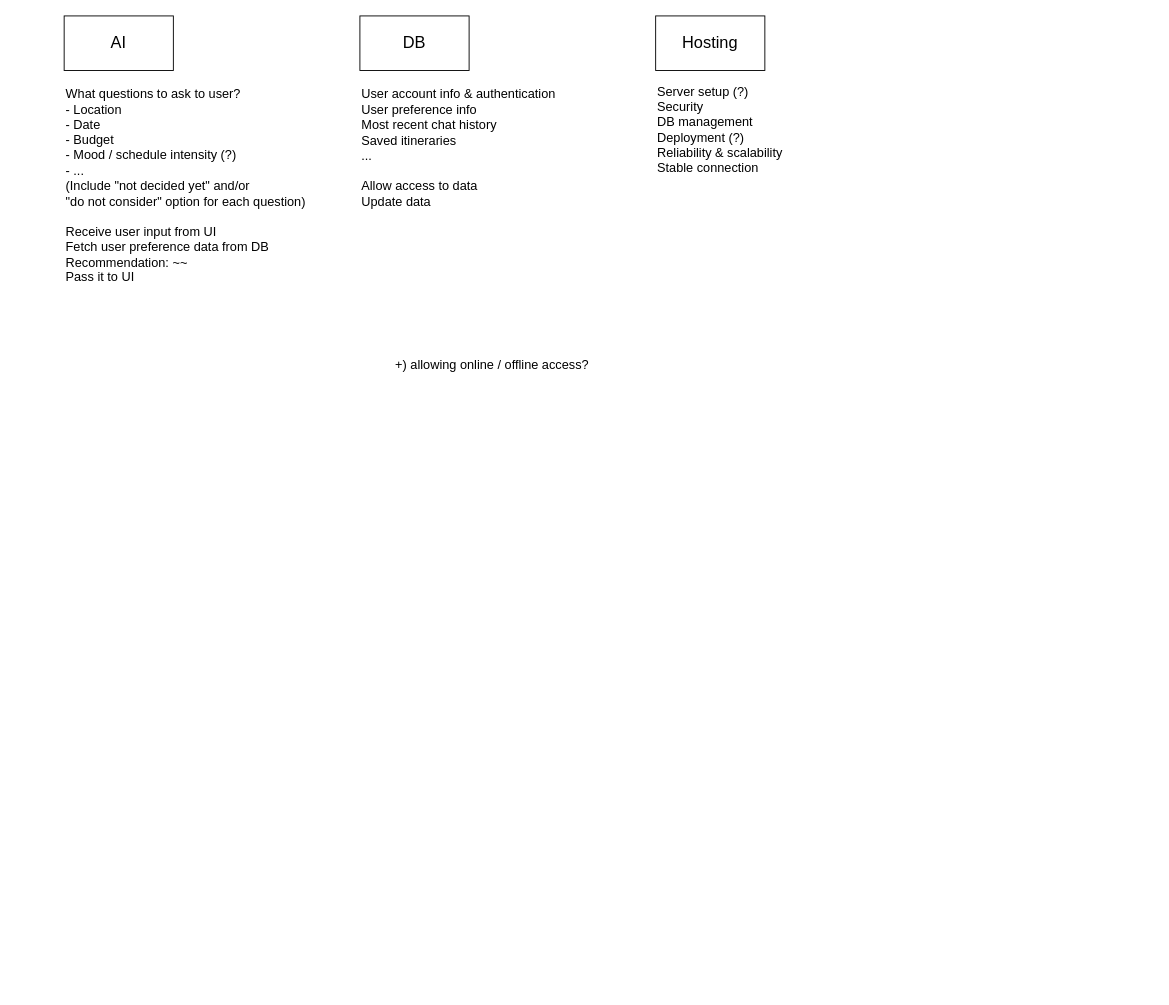
smehars/AItinerary keeps this draw.io diagram as Untitled Diagram.drawio. Above is the earlier version. Source tidied: cells renumbered, new cells numbered last; positions are measured from the earlier drawing's top-left corner, leaving out a move shared by most shapes. Both pictures are drawn from the tidied source at 91%, with x=0, y=0 at pixel (64, 15).
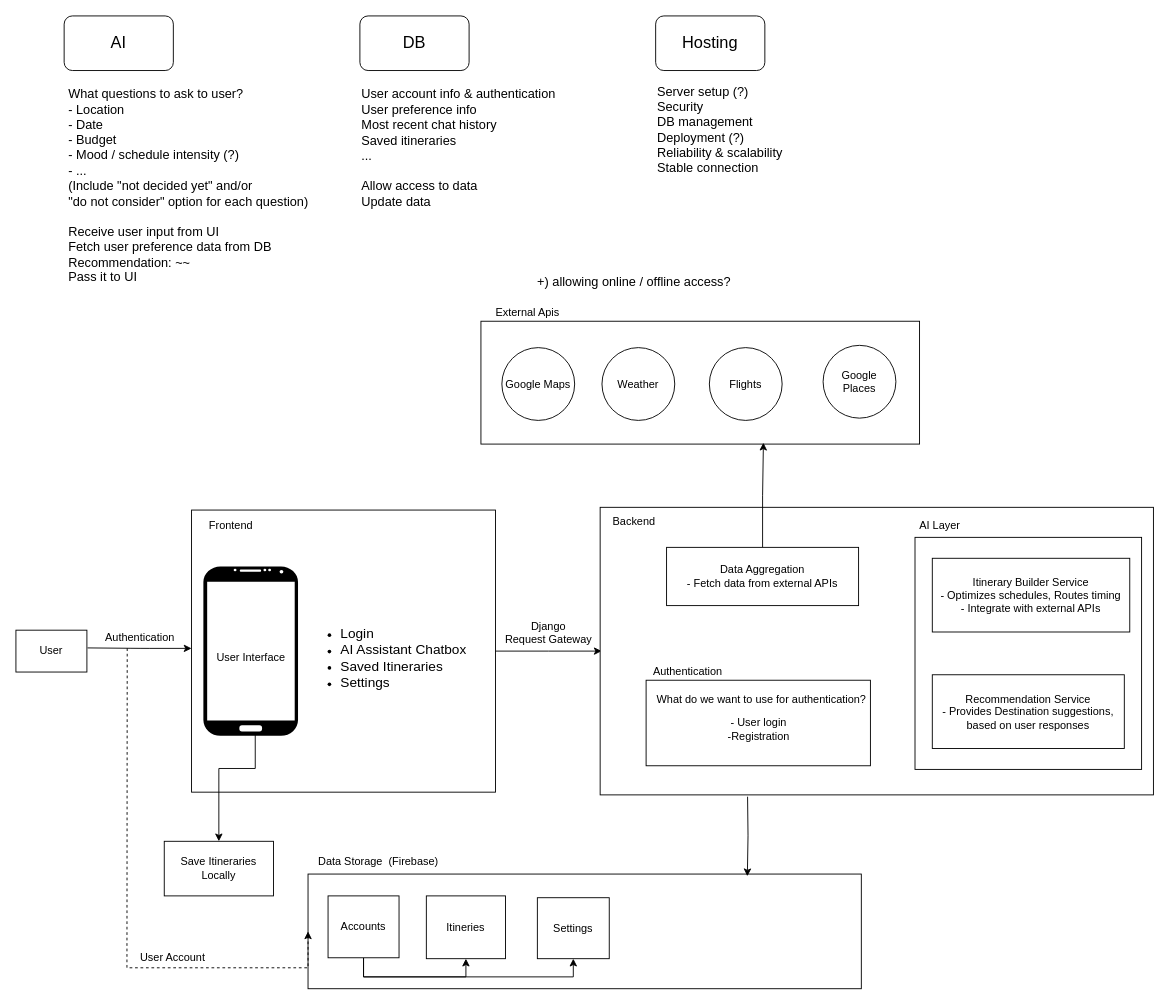
Above is the later version.

Change to the diagram source:
```diff
@@
+    <mxCell id="9" style="whiteSpace=wrap;html=1;" parent="1" vertex="1">
+      <mxGeometry x="268" y="943" width="608" height="126" as="geometry" />
+    </mxCell>
+    <mxCell id="10" style="rounded=0;whiteSpace=wrap;html=1;" parent="1" vertex="1">
+      <mxGeometry x="140" y="543" width="334" height="310" as="geometry" />
+    </mxCell>
+    <mxCell id="11" style="edgeStyle=orthogonalEdgeStyle;rounded=0;jettySize=auto;html=1;exitX=0.548;exitY=0.958;exitDx=0;exitDy=0;exitPerimeter=0;" parent="1" edge="1" source="16" target="36">
+      <mxGeometry relative="1" as="geometry">
+        <Array as="points">
+          <mxPoint x="210" y="827" />
+          <mxPoint x="170" y="827" />
+        </Array>
+      </mxGeometry>
+    </mxCell>
+    <mxCell id="12" style="rounded=0;whiteSpace=wrap;html=1;" parent="1" vertex="1">
+      <mxGeometry x="458" y="335.5" width="482" height="135" as="geometry" />
+    </mxCell>
+    <mxCell id="13" style="edgeStyle=orthogonalEdgeStyle;rounded=0;jettySize=auto;html=1;" parent="1" edge="1" source="10">
+      <mxGeometry relative="1" as="geometry">
+        <mxPoint x="590.7" y="698" as="targetPoint" />
+      </mxGeometry>
+    </mxCell>
-    <mxCell id="2" value="&lt;font style=&quot;font-size: 18px;&quot;&gt;AI&lt;/font&gt;" style="rounded=0;whiteSpace=wrap;html=1;" parent="1" vertex="1">
+    <mxCell id="2" value="&lt;font style=&quot;font-size: 18px;&quot;&gt;AI&lt;/font&gt;" style="rounded=1;whiteSpace=wrap;html=1;" parent="1" vertex="1">
       <mxGeometry width="120" height="60" as="geometry" />
     </mxCell>
-    <mxCell id="3" value="&lt;font style=&quot;font-size: 18px;&quot;&gt;DB&lt;/font&gt;" style="rounded=0;whiteSpace=wrap;html=1;" parent="1" vertex="1">
+    <mxCell id="3" value="&lt;font style=&quot;font-size: 18px;&quot;&gt;DB&lt;/font&gt;" style="rounded=1;whiteSpace=wrap;html=1;" parent="1" vertex="1">
       <mxGeometry x="325" width="120" height="60" as="geometry" />
     </mxCell>
-    <mxCell id="4" value="&lt;font style=&quot;font-size: 18px;&quot;&gt;Hosting&lt;/font&gt;" style="rounded=0;whiteSpace=wrap;html=1;" parent="1" vertex="1">
+    <mxCell id="4" value="&lt;font style=&quot;font-size: 18px;&quot;&gt;Hosting&lt;/font&gt;" style="rounded=1;whiteSpace=wrap;html=1;" parent="1" vertex="1">
       <mxGeometry x="650" width="120" height="60" as="geometry" />
     </mxCell>
-    <mxCell id="5" value="&lt;font style=&quot;font-size: 14px;&quot;&gt;What questions to ask to user?&lt;br&gt;- Location&lt;br&gt;- Date&lt;/font&gt;&lt;div&gt;&lt;font style=&quot;font-size: 14px;&quot;&gt;- Budget&lt;/font&gt;&lt;/div&gt;&lt;div&gt;&lt;font style=&quot;font-size: 14px;&quot;&gt;- Mood / schedule intensity (?)&lt;/font&gt;&lt;/div&gt;&lt;div&gt;&lt;font style=&quot;font-size: 14px;&quot;&gt;- ...&lt;/font&gt;&lt;/div&gt;&lt;div&gt;&lt;font style=&quot;font-size: 14px;&quot;&gt;(Include &quot;not decided yet&quot; and/or&lt;/font&gt;&lt;/div&gt;&lt;div&gt;&lt;font style=&quot;font-size: 14px;&quot;&gt;&quot;do not consider&quot; option for each question)&lt;/font&gt;&lt;/div&gt;&lt;div&gt;&lt;font style=&quot;font-size: 14px;&quot;&gt;&lt;br&gt;&lt;/font&gt;&lt;/div&gt;&lt;div&gt;&lt;span style=&quot;font-size: 14px;&quot;&gt;Receive user input from UI&lt;/span&gt;&lt;/div&gt;&lt;div&gt;&lt;span style=&quot;font-size: 14px;&quot;&gt;Fetch user preference data from DB&lt;/span&gt;&lt;/div&gt;&lt;div&gt;&lt;span style=&quot;font-size: 14px;&quot;&gt;Recommendation: ~~&lt;br&gt;Pass it to UI&lt;/span&gt;&lt;/div&gt;&lt;div&gt;&lt;span style=&quot;font-size: 14px;&quot;&gt;&lt;br&gt;&lt;/span&gt;&lt;/div&gt;" style="text;html=1;align=left;verticalAlign=middle;strokeColor=none;fillColor=none;" parent="1" vertex="1">
-      <mxGeometry y="70" width="290" height="250" as="geometry" />
+    <mxCell id="5" value="&lt;font style=&quot;font-size: 14px;&quot;&gt;What questions to ask to user?&lt;br&gt;- Location&lt;br&gt;- Date&lt;/font&gt;&lt;div&gt;&lt;font style=&quot;font-size: 14px;&quot;&gt;- Budget&lt;/font&gt;&lt;/div&gt;&lt;div&gt;&lt;font style=&quot;font-size: 14px;&quot;&gt;- Mood / schedule intensity (?)&lt;/font&gt;&lt;/div&gt;&lt;div&gt;&lt;font style=&quot;font-size: 14px;&quot;&gt;- ...&lt;/font&gt;&lt;/div&gt;&lt;div&gt;&lt;font style=&quot;font-size: 14px;&quot;&gt;(Include &quot;not decided yet&quot; and/or&lt;/font&gt;&lt;/div&gt;&lt;div&gt;&lt;font style=&quot;font-size: 14px;&quot;&gt;&quot;do not consider&quot; option for each question)&lt;/font&gt;&lt;/div&gt;&lt;div&gt;&lt;font style=&quot;font-size: 14px;&quot;&gt;&lt;br&gt;&lt;/font&gt;&lt;/div&gt;&lt;div&gt;&lt;span style=&quot;font-size: 14px;&quot;&gt;Receive user input from UI&lt;/span&gt;&lt;/div&gt;&lt;div&gt;&lt;span style=&quot;font-size: 14px;&quot;&gt;Fetch user preference data from DB&lt;/span&gt;&lt;/div&gt;&lt;div&gt;&lt;span style=&quot;font-size: 14px;&quot;&gt;Recommendation: ~~&lt;br&gt;Pass it to UI&lt;/span&gt;&lt;/div&gt;&lt;div&gt;&lt;span style=&quot;font-size: 14px;&quot;&gt;&lt;br&gt;&lt;/span&gt;&lt;/div&gt;" style="text;html=1;align=left;verticalAlign=middle;strokeColor=none;fillColor=none;rounded=1;" parent="1" vertex="1">
+      <mxGeometry x="2.5" y="70" width="290" height="250" as="geometry" />
     </mxCell>
-    <mxCell id="6" value="&lt;span style=&quot;font-size: 14px;&quot;&gt;User account info &amp;amp; authentication&lt;/span&gt;&lt;div&gt;&lt;span style=&quot;font-size: 14px;&quot;&gt;User preference info&lt;/span&gt;&lt;/div&gt;&lt;div&gt;&lt;span style=&quot;font-size: 14px;&quot;&gt;Most recent chat history&lt;/span&gt;&lt;/div&gt;&lt;div&gt;&lt;span style=&quot;font-size: 14px;&quot;&gt;Saved itineraries&lt;/span&gt;&lt;/div&gt;&lt;div&gt;&lt;span style=&quot;font-size: 14px;&quot;&gt;...&lt;/span&gt;&lt;/div&gt;&lt;div&gt;&lt;span style=&quot;font-size: 14px;&quot;&gt;&lt;br&gt;&lt;/span&gt;&lt;/div&gt;&lt;div&gt;&lt;span style=&quot;font-size: 14px;&quot;&gt;Allow access to data&lt;/span&gt;&lt;/div&gt;&lt;div&gt;&lt;span style=&quot;font-size: 14px;&quot;&gt;Update data&lt;/span&gt;&lt;/div&gt;" style="text;html=1;align=left;verticalAlign=middle;whiteSpace=wrap;rounded=0;" parent="1" vertex="1">
+    <mxCell id="6" value="&lt;span style=&quot;font-size: 14px;&quot;&gt;User account info &amp;amp; authentication&lt;/span&gt;&lt;div&gt;&lt;span style=&quot;font-size: 14px;&quot;&gt;User preference info&lt;/span&gt;&lt;/div&gt;&lt;div&gt;&lt;span style=&quot;font-size: 14px;&quot;&gt;Most recent chat history&lt;/span&gt;&lt;/div&gt;&lt;div&gt;&lt;span style=&quot;font-size: 14px;&quot;&gt;Saved itineraries&lt;/span&gt;&lt;/div&gt;&lt;div&gt;&lt;span style=&quot;font-size: 14px;&quot;&gt;...&lt;/span&gt;&lt;/div&gt;&lt;div&gt;&lt;span style=&quot;font-size: 14px;&quot;&gt;&lt;br&gt;&lt;/span&gt;&lt;/div&gt;&lt;div&gt;&lt;span style=&quot;font-size: 14px;&quot;&gt;Allow access to data&lt;/span&gt;&lt;/div&gt;&lt;div&gt;&lt;span style=&quot;font-size: 14px;&quot;&gt;Update data&lt;/span&gt;&lt;/div&gt;" style="text;html=1;align=left;verticalAlign=middle;whiteSpace=wrap;rounded=1;" parent="1" vertex="1">
       <mxGeometry x="325" y="80" width="225" height="130" as="geometry" />
     </mxCell>
-    <mxCell id="7" value="&lt;font style=&quot;font-size: 14px;&quot;&gt;Server setup (?)&lt;/font&gt;&lt;div&gt;&lt;font style=&quot;font-size: 14px;&quot;&gt;Security&lt;/font&gt;&lt;/div&gt;&lt;div&gt;&lt;font style=&quot;font-size: 14px;&quot;&gt;DB management&lt;/font&gt;&lt;/div&gt;&lt;div&gt;&lt;font style=&quot;font-size: 14px;&quot;&gt;Deployment (?)&lt;/font&gt;&lt;/div&gt;&lt;div&gt;&lt;font style=&quot;font-size: 14px;&quot;&gt;Reliability &amp;amp; scalability&lt;/font&gt;&lt;/div&gt;&lt;div&gt;&lt;span style=&quot;font-size: 14px;&quot;&gt;Stable connection&lt;/span&gt;&lt;/div&gt;" style="text;html=1;align=left;verticalAlign=middle;strokeColor=none;fillColor=none;" parent="1" vertex="1">
+    <mxCell id="7" value="&lt;font style=&quot;font-size: 14px;&quot;&gt;Server setup (?)&lt;/font&gt;&lt;div&gt;&lt;font style=&quot;font-size: 14px;&quot;&gt;Security&lt;/font&gt;&lt;/div&gt;&lt;div&gt;&lt;font style=&quot;font-size: 14px;&quot;&gt;DB management&lt;/font&gt;&lt;/div&gt;&lt;div&gt;&lt;font style=&quot;font-size: 14px;&quot;&gt;Deployment (?)&lt;/font&gt;&lt;/div&gt;&lt;div&gt;&lt;font style=&quot;font-size: 14px;&quot;&gt;Reliability &amp;amp; scalability&lt;/font&gt;&lt;/div&gt;&lt;div&gt;&lt;span style=&quot;font-size: 14px;&quot;&gt;Stable connection&lt;/span&gt;&lt;/div&gt;" style="text;html=1;align=left;verticalAlign=middle;strokeColor=none;fillColor=none;rounded=1;" parent="1" vertex="1">
       <mxGeometry x="650" y="70" width="160" height="110" as="geometry" />
     </mxCell>
-    <mxCell id="8" value="&lt;font style=&quot;font-size: 14px;&quot;&gt;+) allowing online / offline access?&lt;/font&gt;" style="text;html=1;align=center;verticalAlign=middle;strokeColor=none;fillColor=none;" parent="1" vertex="1">
-      <mxGeometry x="350" y="368" width="240" height="30" as="geometry" />
+    <mxCell id="8" value="&lt;font style=&quot;font-size: 14px;&quot;&gt;+) allowing online / offline access?&lt;/font&gt;" style="text;html=1;align=center;verticalAlign=middle;strokeColor=none;fillColor=none;rounded=1;" parent="1" vertex="1">
+      <mxGeometry x="506" y="277" width="240" height="30" as="geometry" />
     </mxCell>
+    <mxCell id="14" style="edgeStyle=orthogonalEdgeStyle;rounded=1;orthogonalLoop=1;jettySize=auto;html=1;exitX=1.015;exitY=0.365;exitDx=0;exitDy=0;exitPerimeter=0;" parent="1" edge="1">
+      <mxGeometry relative="1" as="geometry">
+        <mxPoint x="25.7" y="694.5" as="sourcePoint" />
+        <mxPoint x="140" y="695" as="targetPoint" />
+      </mxGeometry>
+    </mxCell>
+    <mxCell id="15" value="Frontend" style="text;html=1;align=center;verticalAlign=middle;strokeColor=none;fillColor=none;" parent="1" vertex="1">
+      <mxGeometry x="149" y="547" width="67" height="26" as="geometry" />
+    </mxCell>
+    <mxCell id="16" style="verticalLabelPosition=bottom;verticalAlign=top;html=1;shadow=0;dashed=0;strokeWidth=1;shape=mxgraph.android.phone2;strokeColor=none;fillStyle=auto;fillColor=light-dark(default, #ffffff);gradientColor=light-dark(#000000,#FFFFFF);gradientDirection=radial;" parent="1" vertex="1">
+      <mxGeometry x="153" y="605" width="104" height="186" as="geometry" />
+    </mxCell>
+    <mxCell id="17" style="whiteSpace=wrap;html=1;" parent="1" vertex="1">
+      <mxGeometry x="589" y="540" width="608" height="316" as="geometry" />
+    </mxCell>
+    <mxCell id="18" value="Backend" style="text;html=1;align=center;verticalAlign=middle;strokeColor=none;fillColor=none;" parent="1" vertex="1">
+      <mxGeometry x="593" y="543" width="66" height="26" as="geometry" />
+    </mxCell>
+    <mxCell id="19" value="&lt;div&gt;Data Storage&amp;nbsp; (Firebase)&lt;/div&gt;" style="text;html=1;align=center;verticalAlign=middle;strokeColor=none;fillColor=none;" parent="1" vertex="1">
+      <mxGeometry x="268" y="917" width="153" height="26" as="geometry" />
+    </mxCell>
+    <mxCell id="20" value="User" style="whiteSpace=wrap;html=1;" parent="1" vertex="1">
+      <mxGeometry x="-53" y="675" width="78" height="46" as="geometry" />
+    </mxCell>
+    <mxCell id="21" style="edgeStyle=orthogonalEdgeStyle;rounded=0;jettySize=auto;html=1;entryX=0;entryY=0.5;entryDx=0;entryDy=0;dashed=1;exitX=0.361;exitY=0.958;exitDx=0;exitDy=0;exitPerimeter=0;" parent="1" edge="1" source="22" target="9">
+      <mxGeometry relative="1" as="geometry">
+        <Array as="points">
+          <mxPoint x="69" y="698" />
+          <mxPoint x="69" y="1046" />
+          <mxPoint x="268" y="1046" />
+        </Array>
+      </mxGeometry>
+    </mxCell>
+    <mxCell id="22" value="Authentication" style="text;html=1;align=center;verticalAlign=middle;points=[];strokeColor=none;fillColor=none;" parent="1" vertex="1">
+      <mxGeometry x="35" y="670" width="95" height="26" as="geometry" />
+    </mxCell>
+    <mxCell id="23" value="User Account" style="text;html=1;align=center;verticalAlign=middle;strokeColor=none;fillColor=none;" parent="1" vertex="1">
+      <mxGeometry x="73" y="1022" width="91" height="26" as="geometry" />
+    </mxCell>
+    <mxCell id="24" value="User Interface" style="text;html=1;align=center;verticalAlign=middle;strokeColor=none;fillColor=none;" parent="1" vertex="1">
+      <mxGeometry x="157.5" y="692" width="95" height="26" as="geometry" />
+    </mxCell>
+    <mxCell id="25" value="External Apis" style="text;html=1;align=center;verticalAlign=middle;strokeColor=none;fillColor=none;" parent="1" vertex="1">
+      <mxGeometry x="464" y="313" width="89" height="26" as="geometry" />
+    </mxCell>
+    <mxCell id="26" style="edgeStyle=orthogonalEdgeStyle;rounded=0;jettySize=auto;html=1;exitX=0.5;exitY=0;exitDx=0;exitDy=0;entryX=0.644;entryY=0.989;entryDx=0;entryDy=0;entryPerimeter=0;" parent="1" edge="1" source="44" target="12">
+      <mxGeometry relative="1" as="geometry" />
+    </mxCell>
+    <mxCell id="27" style="edgeStyle=orthogonalEdgeStyle;rounded=0;jettySize=auto;html=1;entryX=0.794;entryY=0.019;entryDx=0;entryDy=0;entryPerimeter=0;" parent="1" edge="1" target="9">
+      <mxGeometry relative="1" as="geometry">
+        <mxPoint x="751" y="858" as="sourcePoint" />
+      </mxGeometry>
+    </mxCell>
+    <mxCell id="28" value="Google Maps" style="ellipse;whiteSpace=wrap;html=1;" parent="1" vertex="1">
+      <mxGeometry x="481" y="364.5" width="80" height="80" as="geometry" />
+    </mxCell>
+    <mxCell id="29" value="Weather" style="ellipse;whiteSpace=wrap;html=1;" parent="1" vertex="1">
+      <mxGeometry x="591" y="364.5" width="80" height="80" as="geometry" />
+    </mxCell>
+    <mxCell id="30" value="Flights" style="ellipse;whiteSpace=wrap;html=1;" parent="1" vertex="1">
+      <mxGeometry x="709" y="364.5" width="80" height="80" as="geometry" />
+    </mxCell>
+    <mxCell id="31" value="&lt;ul&gt;&lt;li&gt;&lt;font style=&quot;font-size: 15px;&quot;&gt;Login&lt;/font&gt;&lt;/li&gt;&lt;li&gt;&lt;font style=&quot;font-size: 15px;&quot;&gt;AI Assistant Chatbox&lt;br&gt;&lt;/font&gt;&lt;/li&gt;&lt;li&gt;&lt;font style=&quot;font-size: 15px;&quot;&gt;Saved Itineraries&lt;/font&gt;&lt;/li&gt;&lt;li&gt;&lt;font style=&quot;font-size: 15px;&quot;&gt;Settings&lt;/font&gt;&lt;br&gt;&lt;/li&gt;&lt;/ul&gt;" style="text;strokeColor=none;fillColor=none;html=1;whiteSpace=wrap;verticalAlign=middle;overflow=hidden;" parent="1" vertex="1">
+      <mxGeometry x="262" y="577" width="193" height="256" as="geometry" />
+    </mxCell>
+    <mxCell id="32" style="edgeStyle=orthogonalEdgeStyle;rounded=0;jettySize=auto;html=1;exitX=0.5;exitY=1;exitDx=0;exitDy=0;entryX=0.5;entryY=1;entryDx=0;entryDy=0;" parent="1" edge="1" source="34" target="35">
+      <mxGeometry relative="1" as="geometry" />
+    </mxCell>
+    <mxCell id="33" style="edgeStyle=orthogonalEdgeStyle;rounded=0;jettySize=auto;html=1;exitX=0.5;exitY=1;exitDx=0;exitDy=0;entryX=0.5;entryY=1;entryDx=0;entryDy=0;" parent="1" edge="1" source="34" target="37">
+      <mxGeometry relative="1" as="geometry" />
+    </mxCell>
+    <mxCell id="34" value="Accounts" style="whiteSpace=wrap;html=1;" parent="1" vertex="1">
+      <mxGeometry x="290" y="967" width="78" height="68" as="geometry" />
+    </mxCell>
+    <mxCell id="35" value="Itineries" style="whiteSpace=wrap;html=1;" parent="1" vertex="1">
+      <mxGeometry x="398" y="967" width="87" height="69" as="geometry" />
+    </mxCell>
+    <mxCell id="36" value="Save Itineraries Locally" style="whiteSpace=wrap;html=1;" parent="1" vertex="1">
+      <mxGeometry x="110" y="907" width="120" height="60" as="geometry" />
+    </mxCell>
+    <mxCell id="37" value="Settings" style="whiteSpace=wrap;html=1;" parent="1" vertex="1">
+      <mxGeometry x="520" y="969" width="79" height="67" as="geometry" />
+    </mxCell>
+    <mxCell id="38" value="&lt;div&gt;Django&lt;/div&gt;&lt;div&gt;Request Gateway&lt;br&gt;&lt;/div&gt;" style="text;html=1;align=center;verticalAlign=middle;strokeColor=none;fillColor=none;" parent="1" vertex="1">
+      <mxGeometry x="474" y="657" width="115" height="41" as="geometry" />
+    </mxCell>
+    <mxCell id="39" value="&lt;div&gt;&lt;br&gt;&lt;/div&gt;&lt;div&gt;- User login&lt;/div&gt;&lt;div&gt;-Registration&lt;br&gt;&lt;/div&gt;" style="rounded=0;whiteSpace=wrap;html=1;" parent="1" vertex="1">
+      <mxGeometry x="639.5" y="730" width="246.5" height="94" as="geometry" />
+    </mxCell>
+    <mxCell id="40" value="What do we want to use for authentication?" style="text;html=1;align=center;verticalAlign=middle;strokeColor=none;fillColor=none;" parent="1" vertex="1">
+      <mxGeometry x="639.5" y="738" width="252" height="26" as="geometry" />
+    </mxCell>
+    <mxCell id="41" value="Authentication" style="text;html=1;align=center;verticalAlign=middle;strokeColor=none;fillColor=none;" parent="1" vertex="1">
+      <mxGeometry x="637.5" y="708" width="95" height="26" as="geometry" />
+    </mxCell>
+    <mxCell id="42" value="&lt;div&gt;Itinerary Builder Service&lt;/div&gt;&lt;div&gt;- Optimizes schedules, Routes timing&lt;br&gt;&lt;/div&gt;&lt;div&gt;- Integrate with external APIs&lt;br&gt;&lt;/div&gt;" style="whiteSpace=wrap;html=1;" parent="1" vertex="1">
+      <mxGeometry x="954" y="596" width="217" height="81" as="geometry" />
+    </mxCell>
+    <mxCell id="43" value="&lt;div&gt;Recommendation Service&lt;/div&gt;&lt;div&gt;- Provides Destination suggestions, based on user responses&lt;/div&gt;" style="whiteSpace=wrap;html=1;" parent="1" vertex="1">
+      <mxGeometry x="954" y="724" width="211" height="81" as="geometry" />
+    </mxCell>
+    <mxCell id="44" value="&lt;div&gt;Data Aggregation&lt;/div&gt;&lt;div&gt;- Fetch data from external APIs&lt;br&gt;&lt;/div&gt;" style="whiteSpace=wrap;html=1;" parent="1" vertex="1">
+      <mxGeometry x="662" y="584" width="211" height="64" as="geometry" />
+    </mxCell>
+    <mxCell id="45" value="Google Places" style="ellipse;whiteSpace=wrap;html=1;" parent="1" vertex="1">
+      <mxGeometry x="834" y="362" width="80" height="80" as="geometry" />
+    </mxCell>
+    <mxCell id="46" style="whiteSpace=wrap;html=1;fillColor=none;strokeColor=light-dark(#000000,#0000CC);" parent="1" vertex="1">
+      <mxGeometry x="935" y="573" width="249" height="255" as="geometry" />
+    </mxCell>
+    <mxCell id="47" value="&lt;span style=&quot;color: light-dark(rgb(0, 0, 0), rgb(0, 0, 204));&quot;&gt;AI Layer&lt;br&gt;&lt;/span&gt;" style="text;html=1;align=center;verticalAlign=middle;strokeColor=none;fillColor=none;" parent="1" vertex="1">
+      <mxGeometry x="931" y="547" width="61" height="26" as="geometry" />
+    </mxCell>
```
